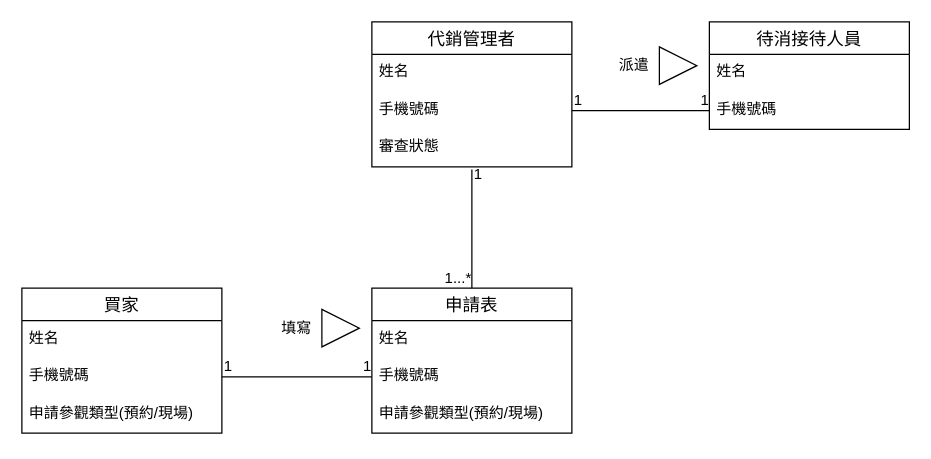
Earlier version of the draw.io diagram page "1d" (2 of 4) of answer.drawio (YaXun1103/112-2Mid). Source tidied: cells renumbered, new cells numbered last; positions are measured from the earlier drawing's top-left corner, leaving out a move shared by most shapes. Both pictures are drawn from the tidied source at 125%, with x=0, y=0 at pixel (21, 21).
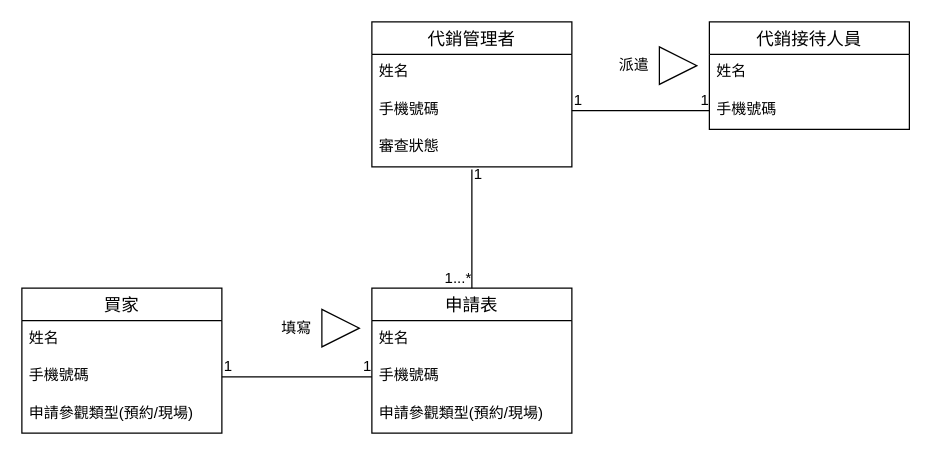
The same diagram, later.

What changed in the source:
```diff
@@
-    <mxCell id="22" value="待消接待人員" style="swimlane;fontStyle=0;horizontal=1;startSize=26;align=center;fontSize=14;" parent="1" vertex="1">
+    <mxCell id="22" value="代銷接待人員" style="swimlane;fontStyle=0;horizontal=1;startSize=26;align=center;fontSize=14;" parent="1" vertex="1">
       <mxGeometry x="550" width="160" height="86" as="geometry" />
     </mxCell>
```
